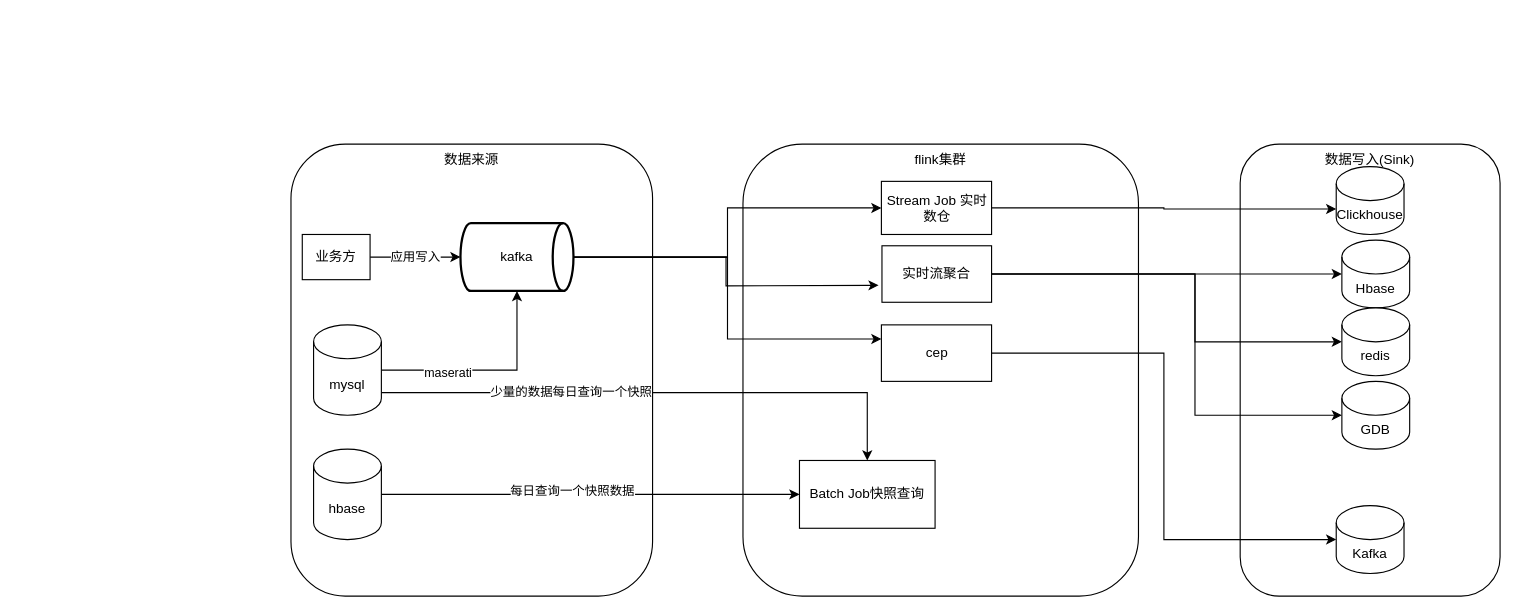
This is flink_offline.drawio from seuzxc/book, a draw.io file, before an edit. Source tidied: cells renumbered, new cells numbered last; positions are measured from the earlier drawing's top-left corner, leaving out a move shared by most shapes. Both pictures are drawn from the tidied source at 113%, with x=0, y=0 at pixel (290, 144).
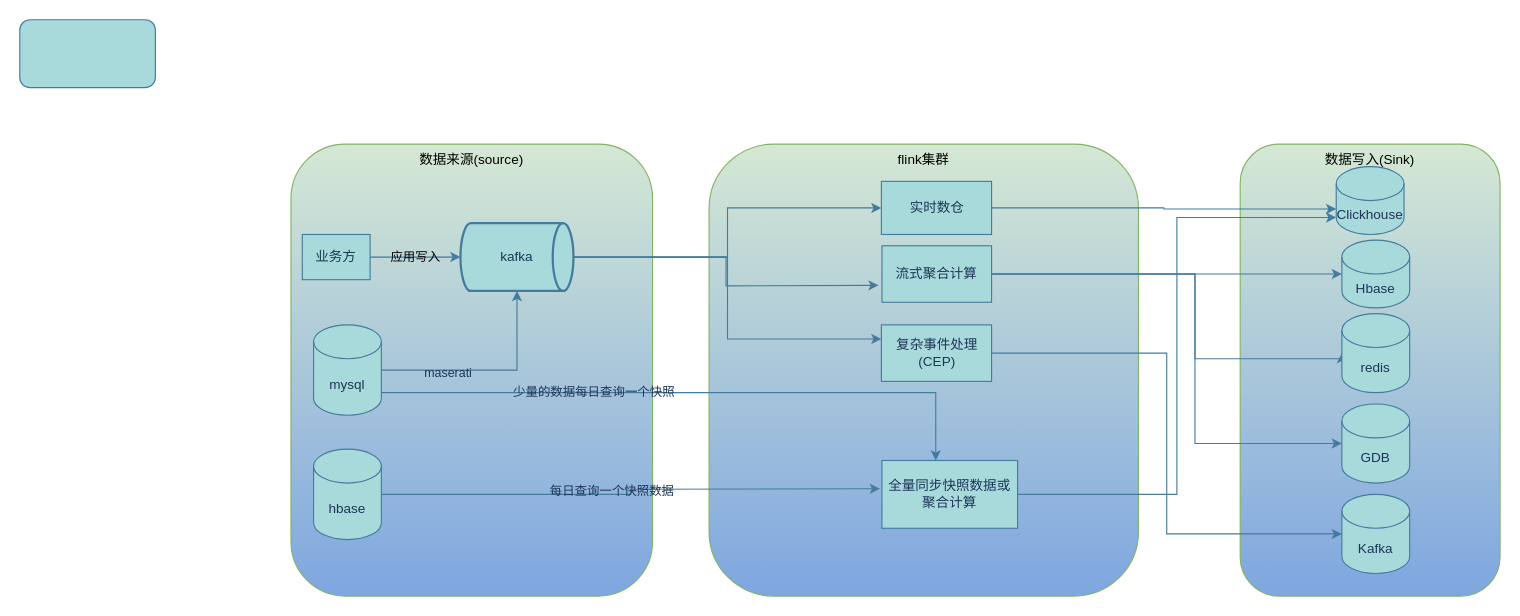
The same diagram, later.

What changed in the source:
```diff
@@
-    <mxCell id="2" value="flink集群" style="rounded=1;whiteSpace=wrap;html=1;verticalAlign=top;" parent="1" vertex="1">
-      <mxGeometry x="400" width="350" height="400" as="geometry" />
+    <mxCell id="2" value="flink集群" style="rounded=1;whiteSpace=wrap;html=1;verticalAlign=top;labelBackgroundColor=none;fillColor=#d5e8d4;strokeColor=#82b366;labelBorderColor=none;gradientColor=#7EA6E0;" parent="1" vertex="1">
+      <mxGeometry x="370" width="380" height="400" as="geometry" />
     </mxCell>
-    <mxCell id="3" value="Batch Job快照查询" style="rounded=0;whiteSpace=wrap;html=1;" parent="1" vertex="1">
-      <mxGeometry x="450" y="280" width="120" height="60" as="geometry" />
-    </mxCell>
-    <mxCell id="4" value="数据来源" style="rounded=1;whiteSpace=wrap;html=1;verticalAlign=top;" parent="1" vertex="1">
+    <mxCell id="4" value="数据来源(source)" style="rounded=1;whiteSpace=wrap;html=1;verticalAlign=top;labelBackgroundColor=none;fillColor=#d5e8d4;strokeColor=#82b366;labelBorderColor=none;gradientColor=#7EA6E0;" parent="1" vertex="1">
       <mxGeometry width="320" height="400" as="geometry" />
     </mxCell>
-    <mxCell id="5" style="edgeStyle=orthogonalEdgeStyle;rounded=0;jettySize=auto;html=1;" parent="1" edge="1" source="9" target="16">
+    <mxCell id="5" style="edgeStyle=orthogonalEdgeStyle;rounded=0;jettySize=auto;html=1;labelBackgroundColor=none;strokeColor=#457B9D;fontColor=default;labelBorderColor=none;" parent="1" edge="1" source="9" target="16">
       <mxGeometry relative="1" as="geometry" />
     </mxCell>
-    <mxCell id="6" value="maserati" style="edgeLabel;html=1;align=center;verticalAlign=middle;" parent="5" vertex="1">
+    <mxCell id="6" value="maserati" style="edgeLabel;html=1;align=center;verticalAlign=middle;labelBackgroundColor=none;fontColor=#1D3557;labelBorderColor=none;" parent="5" vertex="1">
       <mxGeometry x="-0.39" y="-2" relative="1" as="geometry" />
     </mxCell>
-    <mxCell id="7" style="edgeStyle=orthogonalEdgeStyle;rounded=0;jettySize=auto;html=1;" parent="1" edge="1" source="9" target="3">
+    <mxCell id="7" style="edgeStyle=orthogonalEdgeStyle;rounded=0;jettySize=auto;html=1;entryX=0.5;entryY=0;entryDx=0;entryDy=0;labelBackgroundColor=none;strokeColor=#457B9D;fontColor=default;labelBorderColor=none;" parent="1" edge="1" source="9">
       <mxGeometry relative="1" as="geometry">
+        <mxPoint x="570.6" y="280" as="targetPoint" />
         <Array as="points">
-          <mxPoint x="510" y="220" />
+          <mxPoint x="571" y="220" />
         </Array>
       </mxGeometry>
     </mxCell>
-    <mxCell id="8" value="少量的数据每日查询一个快照" style="edgeLabel;html=1;align=center;verticalAlign=middle;" parent="7" vertex="1">
+    <mxCell id="8" value="少量的数据每日查询一个快照" style="edgeLabel;html=1;align=center;verticalAlign=middle;labelBackgroundColor=none;fontColor=#1D3557;labelBorderColor=none;" parent="7" vertex="1">
       <mxGeometry x="-0.32" y="2" relative="1" as="geometry" />
     </mxCell>
-    <mxCell id="9" value="mysql" style="shape=cylinder3;whiteSpace=wrap;html=1;boundedLbl=1;backgroundOutline=1;size=15;" parent="1" vertex="1">
+    <mxCell id="9" value="mysql" style="shape=cylinder3;whiteSpace=wrap;html=1;boundedLbl=1;backgroundOutline=1;size=15;labelBackgroundColor=none;fillColor=#A8DADC;strokeColor=#457B9D;fontColor=#1D3557;labelBorderColor=none;" parent="1" vertex="1">
       <mxGeometry x="20" y="160" width="60" height="80" as="geometry" />
     </mxCell>
-    <mxCell id="10" style="edgeStyle=orthogonalEdgeStyle;rounded=0;jettySize=auto;html=1;" parent="1" edge="1" source="12" target="3">
-      <mxGeometry relative="1" as="geometry" />
+    <mxCell id="10" style="edgeStyle=orthogonalEdgeStyle;rounded=0;jettySize=auto;html=1;labelBackgroundColor=none;strokeColor=#457B9D;fontColor=default;labelBorderColor=none;" parent="1" edge="1" source="12">
+      <mxGeometry relative="1" as="geometry">
+        <mxPoint x="521.2" y="305" as="targetPoint" />
+      </mxGeometry>
     </mxCell>
-    <mxCell id="11" value="每日查询一个快照数据" style="edgeLabel;html=1;align=center;verticalAlign=middle;" parent="10" vertex="1">
+    <mxCell id="11" value="每日查询一个快照数据" style="edgeLabel;html=1;align=center;verticalAlign=middle;labelBackgroundColor=none;fontColor=#1D3557;labelBorderColor=none;" parent="10" vertex="1">
       <mxGeometry x="-0.09" y="4" relative="1" as="geometry" />
     </mxCell>
-    <mxCell id="12" value="hbase" style="shape=cylinder3;whiteSpace=wrap;html=1;boundedLbl=1;backgroundOutline=1;size=15;" parent="1" vertex="1">
+    <mxCell id="12" value="hbase" style="shape=cylinder3;whiteSpace=wrap;html=1;boundedLbl=1;backgroundOutline=1;size=15;labelBackgroundColor=none;fillColor=#A8DADC;strokeColor=#457B9D;fontColor=#1D3557;labelBorderColor=none;" parent="1" vertex="1">
       <mxGeometry x="20" y="270" width="60" height="80" as="geometry" />
     </mxCell>
-    <mxCell id="13" style="edgeStyle=orthogonalEdgeStyle;rounded=0;jettySize=auto;html=1;entryX=0;entryY=0.5;entryDx=0;entryDy=0;" parent="1" edge="1" source="16" target="26">
+    <mxCell id="13" style="edgeStyle=orthogonalEdgeStyle;rounded=0;jettySize=auto;html=1;entryX=0;entryY=0.5;entryDx=0;entryDy=0;labelBackgroundColor=none;strokeColor=#457B9D;fontColor=default;labelBorderColor=none;" parent="1" edge="1" source="16" target="26">
       <mxGeometry relative="1" as="geometry" />
     </mxCell>
-    <mxCell id="14" style="edgeStyle=orthogonalEdgeStyle;rounded=0;jettySize=auto;html=1;" parent="1" edge="1" source="16">
+    <mxCell id="14" style="edgeStyle=orthogonalEdgeStyle;rounded=0;jettySize=auto;html=1;labelBackgroundColor=none;strokeColor=#457B9D;fontColor=default;labelBorderColor=none;" parent="1" edge="1" source="16">
       <mxGeometry relative="1" as="geometry">
         <mxPoint x="520" y="125" as="targetPoint" />
       </mxGeometry>
     </mxCell>
-    <mxCell id="15" style="edgeStyle=orthogonalEdgeStyle;rounded=0;jettySize=auto;html=1;entryX=0;entryY=0.25;entryDx=0;entryDy=0;" parent="1" edge="1" source="16" target="23">
+    <mxCell id="15" style="edgeStyle=orthogonalEdgeStyle;rounded=0;jettySize=auto;html=1;entryX=0;entryY=0.25;entryDx=0;entryDy=0;labelBackgroundColor=none;strokeColor=#457B9D;fontColor=default;labelBorderColor=none;" parent="1" edge="1" source="16" target="23">
       <mxGeometry relative="1" as="geometry" />
     </mxCell>
-    <mxCell id="16" value="kafka" style="strokeWidth=2;html=1;shape=mxgraph.flowchart.direct_data;whiteSpace=wrap;" parent="1" vertex="1">
+    <mxCell id="16" value="kafka" style="strokeWidth=2;html=1;shape=mxgraph.flowchart.direct_data;whiteSpace=wrap;labelBackgroundColor=none;fillColor=#A8DADC;strokeColor=#457B9D;fontColor=#1D3557;labelBorderColor=none;" parent="1" vertex="1">
       <mxGeometry x="150" y="70" width="100" height="60" as="geometry" />
     </mxCell>
-    <mxCell id="17" value="应用写入" style="edgeStyle=orthogonalEdgeStyle;rounded=0;jettySize=auto;html=1;" parent="1" edge="1" source="18" target="16">
+    <mxCell id="17" value="应用写入" style="edgeStyle=orthogonalEdgeStyle;rounded=0;jettySize=auto;html=1;labelBackgroundColor=none;strokeColor=#457B9D;fontColor=default;labelBorderColor=none;" parent="1" edge="1" source="18" target="16">
       <mxGeometry relative="1" as="geometry" />
     </mxCell>
-    <mxCell id="18" value="业务方" style="rounded=0;whiteSpace=wrap;html=1;" parent="1" vertex="1">
+    <mxCell id="18" value="业务方" style="rounded=0;whiteSpace=wrap;html=1;labelBackgroundColor=none;fillColor=#A8DADC;strokeColor=#457B9D;fontColor=#1D3557;labelBorderColor=none;" parent="1" vertex="1">
       <mxGeometry x="10" y="80" width="60" height="40" as="geometry" />
     </mxCell>
-    <mxCell id="19" value="数据写入(Sink)" style="rounded=1;whiteSpace=wrap;html=1;verticalAlign=top;" parent="1" vertex="1">
+    <mxCell id="19" value="数据写入(Sink)" style="rounded=1;whiteSpace=wrap;html=1;verticalAlign=top;labelBackgroundColor=none;fillColor=#d5e8d4;strokeColor=#82b366;labelBorderColor=none;gradientColor=#7EA6E0;" parent="1" vertex="1">
       <mxGeometry x="840" width="230" height="400" as="geometry" />
     </mxCell>
-    <mxCell id="20" value="Clickhouse" style="shape=cylinder3;whiteSpace=wrap;html=1;boundedLbl=1;backgroundOutline=1;size=15;" parent="1" vertex="1">
+    <mxCell id="20" value="Clickhouse" style="shape=cylinder3;whiteSpace=wrap;html=1;boundedLbl=1;backgroundOutline=1;size=15;labelBackgroundColor=none;fillColor=#A8DADC;strokeColor=#457B9D;fontColor=#1D3557;labelBorderColor=none;" parent="1" vertex="1">
       <mxGeometry x="925" y="20" width="60" height="60" as="geometry" />
     </mxCell>
-    <mxCell id="21" value="Kafka" style="shape=cylinder3;whiteSpace=wrap;html=1;boundedLbl=1;backgroundOutline=1;size=15;" parent="1" vertex="1">
-      <mxGeometry x="925" y="320" width="60" height="60" as="geometry" />
+    <mxCell id="21" value="Kafka" style="shape=cylinder3;whiteSpace=wrap;html=1;boundedLbl=1;backgroundOutline=1;size=15;labelBackgroundColor=none;fillColor=#A8DADC;strokeColor=#457B9D;fontColor=#1D3557;labelBorderColor=none;" parent="1" vertex="1">
+      <mxGeometry x="930" y="310" width="60" height="70" as="geometry" />
     </mxCell>
-    <mxCell id="22" style="edgeStyle=orthogonalEdgeStyle;rounded=0;jettySize=auto;html=1;entryX=0;entryY=0.5;entryDx=0;entryDy=0;entryPerimeter=0;" parent="1" edge="1" source="23" target="21">
+    <mxCell id="22" style="edgeStyle=orthogonalEdgeStyle;rounded=0;jettySize=auto;html=1;entryX=0;entryY=0.5;entryDx=0;entryDy=0;entryPerimeter=0;labelBackgroundColor=none;strokeColor=#457B9D;fontColor=default;labelBorderColor=none;" parent="1" edge="1" source="23" target="21">
       <mxGeometry relative="1" as="geometry" />
     </mxCell>
-    <mxCell id="23" value="cep" style="rounded=0;whiteSpace=wrap;html=1;" parent="1" vertex="1">
+    <mxCell id="23" value="复杂事件处理(CEP)" style="rounded=0;whiteSpace=wrap;html=1;labelBackgroundColor=none;fillColor=#A8DADC;strokeColor=#457B9D;fontColor=#1D3557;labelBorderColor=none;" parent="1" vertex="1">
       <mxGeometry x="522.5" y="160" width="97.5" height="50" as="geometry" />
     </mxCell>
-    <mxCell id="24" style="endArrow=classic;html=1;rounded=0;entryX=0;entryY=0.5;entryDx=0;entryDy=0;entryPerimeter=0;" parent="1" edge="1" target="26">
+    <mxCell id="24" style="endArrow=classic;html=1;rounded=0;entryX=0;entryY=0.5;entryDx=0;entryDy=0;entryPerimeter=0;labelBackgroundColor=none;strokeColor=#457B9D;fontColor=default;labelBorderColor=none;" parent="1" edge="1" target="26">
       <mxGeometry relative="1" as="geometry">
         <mxPoint x="580" y="70" as="sourcePoint" />
       </mxGeometry>
     </mxCell>
-    <mxCell id="25" style="edgeStyle=orthogonalEdgeStyle;rounded=0;jettySize=auto;html=1;entryX=0;entryY=0;entryDx=0;entryDy=37.5;entryPerimeter=0;" parent="1" edge="1" source="26" target="20">
+    <mxCell id="25" style="edgeStyle=orthogonalEdgeStyle;rounded=0;jettySize=auto;html=1;entryX=0;entryY=0;entryDx=0;entryDy=37.5;entryPerimeter=0;labelBackgroundColor=none;strokeColor=#457B9D;fontColor=default;labelBorderColor=none;" parent="1" edge="1" source="26" target="20">
       <mxGeometry relative="1" as="geometry" />
     </mxCell>
-    <mxCell id="26" value="Stream Job 实时数仓" style="rounded=0;whiteSpace=wrap;html=1;" parent="1" vertex="1">
+    <mxCell id="26" value="实时数仓" style="rounded=0;whiteSpace=wrap;html=1;labelBackgroundColor=none;fillColor=#A8DADC;strokeColor=#457B9D;fontColor=#1D3557;labelBorderColor=none;" parent="1" vertex="1">
       <mxGeometry x="522.5" y="33" width="97.5" height="47" as="geometry" />
     </mxCell>
-    <mxCell id="27" style="edgeStyle=orthogonalEdgeStyle;rounded=0;jettySize=auto;html=1;" parent="1" edge="1" source="30" target="31">
+    <mxCell id="27" style="edgeStyle=orthogonalEdgeStyle;rounded=0;jettySize=auto;html=1;labelBackgroundColor=none;strokeColor=#457B9D;fontColor=default;labelBorderColor=none;" parent="1" edge="1" source="30" target="31">
       <mxGeometry relative="1" as="geometry" />
     </mxCell>
-    <mxCell id="28" style="edgeStyle=orthogonalEdgeStyle;rounded=0;jettySize=auto;html=1;entryX=0;entryY=0.5;entryDx=0;entryDy=0;entryPerimeter=0;" parent="1" edge="1" source="30" target="32">
+    <mxCell id="28" style="edgeStyle=orthogonalEdgeStyle;rounded=0;jettySize=auto;html=1;entryX=0;entryY=0.5;entryDx=0;entryDy=0;entryPerimeter=0;labelBackgroundColor=none;strokeColor=#457B9D;fontColor=default;labelBorderColor=none;" parent="1" edge="1" source="30" target="32">
       <mxGeometry relative="1" as="geometry">
         <Array as="points">
           <mxPoint x="800" y="115" />
-          <mxPoint x="800" y="175" />
+          <mxPoint x="800" y="190" />
+          <mxPoint x="930" y="190" />
         </Array>
       </mxGeometry>
     </mxCell>
-    <mxCell id="29" style="edgeStyle=orthogonalEdgeStyle;rounded=0;jettySize=auto;html=1;entryX=0;entryY=0.5;entryDx=0;entryDy=0;entryPerimeter=0;" parent="1" edge="1" source="30" target="33">
+    <mxCell id="29" style="edgeStyle=orthogonalEdgeStyle;rounded=0;jettySize=auto;html=1;entryX=0;entryY=0.5;entryDx=0;entryDy=0;entryPerimeter=0;labelBackgroundColor=none;strokeColor=#457B9D;fontColor=default;labelBorderColor=none;" parent="1" edge="1" source="30" target="33">
       <mxGeometry relative="1" as="geometry">
         <Array as="points">
           <mxPoint x="800" y="115" />
-          <mxPoint x="800" y="240" />
+          <mxPoint x="800" y="265" />
         </Array>
       </mxGeometry>
     </mxCell>
-    <mxCell id="30" value="实时流聚合" style="rounded=0;whiteSpace=wrap;html=1;" parent="1" vertex="1">
+    <mxCell id="30" value="流式聚合计算" style="rounded=0;whiteSpace=wrap;html=1;labelBackgroundColor=none;fillColor=#A8DADC;strokeColor=#457B9D;fontColor=#1D3557;labelBorderColor=none;" parent="1" vertex="1">
       <mxGeometry x="523" y="90" width="97" height="50" as="geometry" />
     </mxCell>
-    <mxCell id="31" value="Hbase" style="shape=cylinder3;whiteSpace=wrap;html=1;boundedLbl=1;backgroundOutline=1;size=15;" parent="1" vertex="1">
+    <mxCell id="31" value="Hbase" style="shape=cylinder3;whiteSpace=wrap;html=1;boundedLbl=1;backgroundOutline=1;size=15;labelBackgroundColor=none;fillColor=#A8DADC;strokeColor=#457B9D;fontColor=#1D3557;labelBorderColor=none;" parent="1" vertex="1">
       <mxGeometry x="930" y="85" width="60" height="60" as="geometry" />
     </mxCell>
-    <mxCell id="32" value="redis" style="shape=cylinder3;whiteSpace=wrap;html=1;boundedLbl=1;backgroundOutline=1;size=15;" parent="1" vertex="1">
-      <mxGeometry x="930" y="145" width="60" height="60" as="geometry" />
+    <mxCell id="32" value="redis" style="shape=cylinder3;whiteSpace=wrap;html=1;boundedLbl=1;backgroundOutline=1;size=15;labelBackgroundColor=none;fillColor=#A8DADC;strokeColor=#457B9D;fontColor=#1D3557;labelBorderColor=none;" parent="1" vertex="1">
+      <mxGeometry x="930" y="150" width="60" height="70" as="geometry" />
     </mxCell>
-    <mxCell id="33" value="GDB" style="shape=cylinder3;whiteSpace=wrap;html=1;boundedLbl=1;backgroundOutline=1;size=15;" parent="1" vertex="1">
-      <mxGeometry x="930" y="210" width="60" height="60" as="geometry" />
+    <mxCell id="33" value="GDB" style="shape=cylinder3;whiteSpace=wrap;html=1;boundedLbl=1;backgroundOutline=1;size=15;labelBackgroundColor=none;fillColor=#A8DADC;strokeColor=#457B9D;fontColor=#1D3557;labelBorderColor=none;" parent="1" vertex="1">
+      <mxGeometry x="930" y="230" width="60" height="70" as="geometry" />
     </mxCell>
+    <mxCell id="34" style="rounded=1;whiteSpace=wrap;html=1;strokeColor=#457B9D;fontColor=#1D3557;fillColor=#A8DADC;" parent="1" vertex="1">
+      <mxGeometry x="-240" y="-110" width="120" height="60" as="geometry" />
+    </mxCell>
+    <mxCell id="35" style="edgeStyle=orthogonalEdgeStyle;rounded=0;jettySize=auto;html=1;entryX=0;entryY=1;entryDx=0;entryDy=-15;entryPerimeter=0;strokeColor=#457B9D;fontColor=#1D3557;fillColor=#A8DADC;labelBackgroundColor=none;labelBorderColor=none;" parent="1" edge="1" source="36" target="20">
+      <mxGeometry relative="1" as="geometry" />
+    </mxCell>
+    <mxCell id="36" value="全量同步快照数据或聚合计算" style="rounded=0;whiteSpace=wrap;html=1;strokeColor=#457B9D;fontColor=#1D3557;fillColor=#A8DADC;labelBackgroundColor=none;labelBorderColor=none;" parent="1" vertex="1">
+      <mxGeometry x="523" y="280" width="120" height="60" as="geometry" />
+    </mxCell>
```
